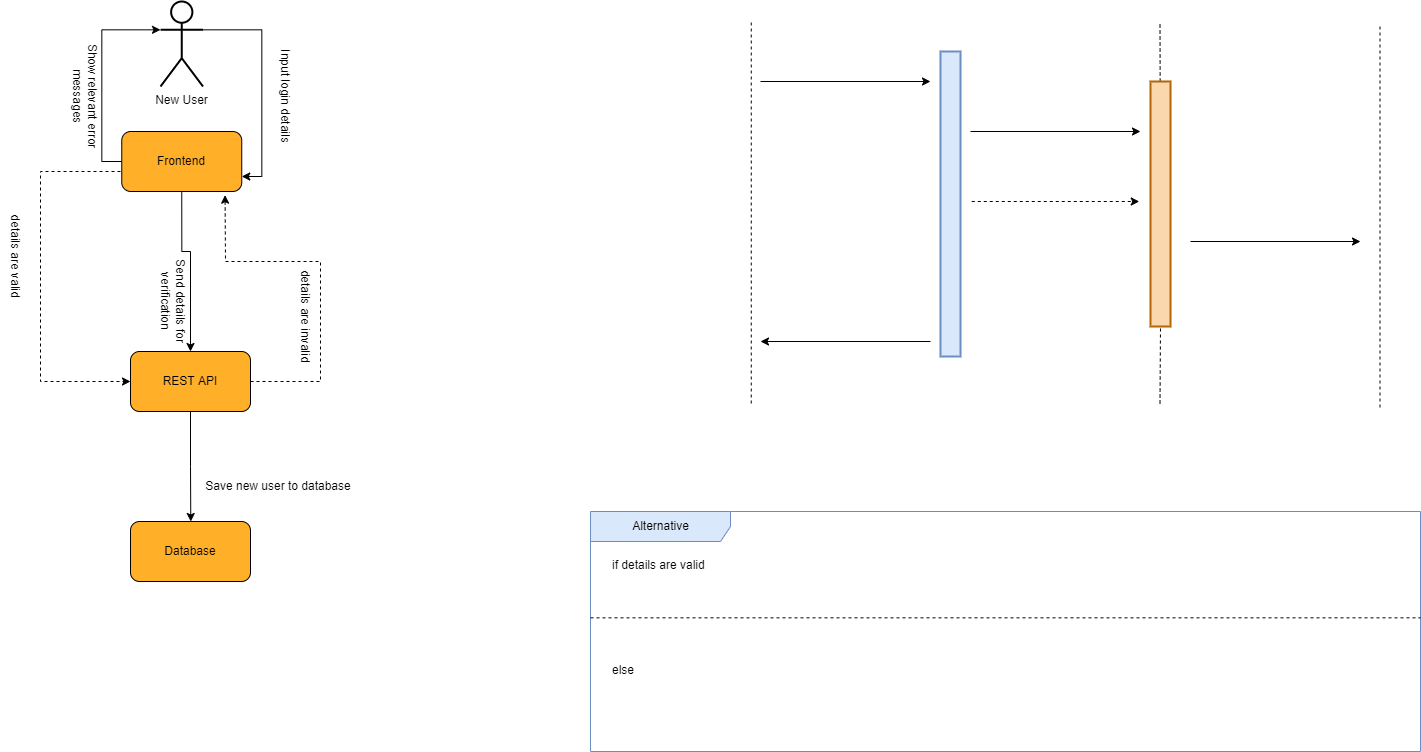
Before: diagrams/collaboration/cd-1.png, a diagram exported from draw.io (usman1100/fyp-documentation). Source tidied: cells renumbered, new cells last; positions are measured from the earlier drawing's top-left corner, leaving out a move shared by most shapes. The source it was exported from:
```xml
<mxGraphModel>
  <root>
    <mxCell id="0" />
    <mxCell id="1" parent="0" />
    <mxCell id="2" style="group;fontSize=12;" parent="1" vertex="1">
      <mxGeometry x="181.2" y="130" width="120" height="60" as="geometry" />
    </mxCell>
    <mxCell id="3" style="rounded=1;whiteSpace=wrap;html=1;fillColor=#FFAF28;fontSize=12;" parent="2" vertex="1">
      <mxGeometry width="120" height="60" as="geometry" />
    </mxCell>
    <mxCell id="4" value="&lt;font style=&quot;font-size: 12px;&quot;&gt;Frontend&lt;/font&gt;" style="text;html=1;strokeColor=none;fillColor=none;align=center;verticalAlign=middle;whiteSpace=wrap;rounded=0;fontSize=12;" parent="2" vertex="1">
      <mxGeometry x="30" y="15" width="60" height="30" as="geometry" />
    </mxCell>
    <mxCell id="5" style="group;fontSize=12;" parent="1" vertex="1">
      <mxGeometry x="190" y="350" width="120" height="60" as="geometry" />
    </mxCell>
    <mxCell id="6" style="rounded=1;whiteSpace=wrap;html=1;fillColor=#FFAF28;fontSize=12;" parent="5" vertex="1">
      <mxGeometry width="120" height="60" as="geometry" />
    </mxCell>
    <mxCell id="7" value="&lt;font style=&quot;font-size: 12px;&quot;&gt;REST API&lt;/font&gt;" style="text;html=1;strokeColor=none;fillColor=none;align=center;verticalAlign=middle;whiteSpace=wrap;rounded=0;fontSize=12;" parent="5" vertex="1">
      <mxGeometry x="30" y="15" width="60" height="30" as="geometry" />
    </mxCell>
    <mxCell id="8" style="endArrow=none;dashed=1;html=1;rounded=0;entryX=0.5;entryY=1;entryDx=0;entryDy=0;jumpSize=6;strokeWidth=1;startArrow=none;fontSize=12;" parent="1" edge="1" source="23">
      <mxGeometry relative="1" as="geometry">
        <mxPoint x="1219.5" y="20" as="targetPoint" />
      </mxGeometry>
    </mxCell>
    <mxCell id="9" style="edgeStyle=orthogonalEdgeStyle;rounded=0;jettySize=auto;html=1;exitX=1;exitY=0.3333333333333333;exitDx=0;exitDy=0;exitPerimeter=0;entryX=1;entryY=0.75;entryDx=0;entryDy=0;" parent="1" edge="1" source="10" target="3">
      <mxGeometry relative="1" as="geometry" />
    </mxCell>
    <mxCell id="10" value="New User" style="shape=umlActor;verticalLabelPosition=bottom;verticalAlign=top;html=1;outlineConnect=0;rounded=1;strokeWidth=2;fontSize=12;" parent="1" vertex="1">
      <mxGeometry x="220" width="42.5" height="85" as="geometry" />
    </mxCell>
    <mxCell id="11" style="endArrow=none;dashed=1;html=1;rounded=0;entryX=0.5;entryY=1;entryDx=0;entryDy=0;jumpSize=6;strokeWidth=1;fontSize=12;" parent="1" edge="1">
      <mxGeometry relative="1" as="geometry">
        <mxPoint x="810.8" y="402" as="sourcePoint" />
        <mxPoint x="810.8" y="20" as="targetPoint" />
      </mxGeometry>
    </mxCell>
    <mxCell id="12" style="endArrow=classic;html=1;rounded=0;strokeWidth=1;jumpSize=6;fontSize=12;" parent="1" edge="1">
      <mxGeometry relative="1" as="geometry">
        <mxPoint x="820" y="80" as="sourcePoint" />
        <mxPoint x="990" y="80" as="targetPoint" />
      </mxGeometry>
    </mxCell>
    <mxCell id="13" value="&lt;span style=&quot;background-color: rgb(255, 255, 255); font-size: 12px;&quot;&gt;Input login details&lt;/span&gt;" style="text;html=1;strokeColor=none;fillColor=none;align=center;verticalAlign=middle;whiteSpace=wrap;rounded=0;fontSize=12;rotation=90;" parent="1" vertex="1">
      <mxGeometry x="270" y="80" width="150" height="30" as="geometry" />
    </mxCell>
    <mxCell id="14" style="endArrow=classic;html=1;rounded=0;strokeWidth=1;jumpSize=6;fontSize=12;" parent="1" edge="1">
      <mxGeometry relative="1" as="geometry">
        <mxPoint x="1030" y="130" as="sourcePoint" />
        <mxPoint x="1200" y="130" as="targetPoint" />
      </mxGeometry>
    </mxCell>
    <mxCell id="15" value="&lt;span style=&quot;background-color: rgb(255, 255, 255); font-size: 12px;&quot;&gt;Send details for verification&lt;/span&gt;" style="text;html=1;strokeColor=none;fillColor=none;align=center;verticalAlign=middle;whiteSpace=wrap;rounded=0;fontSize=12;rotation=90;" parent="1" vertex="1">
      <mxGeometry x="180" y="290" width="105" height="20" as="geometry" />
    </mxCell>
    <mxCell id="16" style="endArrow=classic;html=1;rounded=0;strokeWidth=1;jumpSize=6;dashed=1;fontSize=12;" parent="1" edge="1">
      <mxGeometry relative="1" as="geometry">
        <mxPoint x="1031.2" y="200" as="sourcePoint" />
        <mxPoint x="1198.8" y="200" as="targetPoint" />
      </mxGeometry>
    </mxCell>
    <mxCell id="17" value="&lt;span style=&quot;background-color: rgb(255, 255, 255); font-size: 12px;&quot;&gt;details are valid&lt;/span&gt;" style="text;html=1;strokeColor=none;fillColor=none;align=center;verticalAlign=middle;whiteSpace=wrap;rounded=0;fontSize=12;rotation=90;" parent="1" vertex="1">
      <mxGeometry y="240" width="150" height="30" as="geometry" />
    </mxCell>
    <mxCell id="18" value="&lt;span style=&quot;background-color: rgb(255, 255, 255); font-size: 12px;&quot;&gt;details are invalid&lt;/span&gt;" style="text;html=1;strokeColor=none;fillColor=none;align=center;verticalAlign=middle;whiteSpace=wrap;rounded=0;fontSize=12;rotation=90;" parent="1" vertex="1">
      <mxGeometry x="290" y="300" width="150" height="30" as="geometry" />
    </mxCell>
    <mxCell id="19" style="endArrow=classic;html=1;rounded=0;strokeWidth=1;jumpSize=6;dashed=1;fontSize=12;exitX=1;exitY=0.5;exitDx=0;exitDy=0;entryX=0.861;entryY=1.061;entryDx=0;entryDy=0;entryPerimeter=0;" parent="1" edge="1" source="6" target="3">
      <mxGeometry relative="1" as="geometry">
        <Array as="points">
          <mxPoint x="380" y="380" />
          <mxPoint x="380" y="260" />
          <mxPoint x="285" y="260" />
        </Array>
      </mxGeometry>
    </mxCell>
    <mxCell id="20" style="endArrow=classic;html=1;rounded=0;strokeWidth=1;jumpSize=6;fontSize=12;" parent="1" edge="1">
      <mxGeometry relative="1" as="geometry">
        <mxPoint x="990" y="340" as="sourcePoint" />
        <mxPoint x="820" y="340" as="targetPoint" />
      </mxGeometry>
    </mxCell>
    <mxCell id="21" value="&lt;span style=&quot;background-color: rgb(255, 255, 255); font-size: 12px;&quot;&gt;Show relevant error messages&lt;/span&gt;" style="text;html=1;strokeColor=none;fillColor=none;align=center;verticalAlign=middle;whiteSpace=wrap;rounded=0;fontSize=12;rotation=90;" parent="1" vertex="1">
      <mxGeometry x="70" y="80" width="150" height="30" as="geometry" />
    </mxCell>
    <mxCell id="22" style="rounded=0;whiteSpace=wrap;html=1;fontSize=12;strokeWidth=2;fillColor=#dae8fc;strokeColor=#6c8ebf;" parent="1" vertex="1">
      <mxGeometry x="1000" y="50" width="20" height="305" as="geometry" />
    </mxCell>
    <mxCell id="23" style="rounded=0;whiteSpace=wrap;html=1;fontSize=12;strokeWidth=2;fillColor=#fad7ac;strokeColor=#b46504;" parent="1" vertex="1">
      <mxGeometry x="1210" y="80" width="20" height="245" as="geometry" />
    </mxCell>
    <mxCell id="24" style="endArrow=none;dashed=1;html=1;rounded=0;entryX=0.5;entryY=1;entryDx=0;entryDy=0;jumpSize=6;strokeWidth=1;fontSize=12;" parent="1" edge="1" target="23">
      <mxGeometry relative="1" as="geometry">
        <mxPoint x="1219.5" y="402" as="sourcePoint" />
      </mxGeometry>
    </mxCell>
    <mxCell id="25" style="group;fontSize=12;" parent="1" vertex="1">
      <mxGeometry x="190" y="520" width="120" height="60" as="geometry" />
    </mxCell>
    <mxCell id="26" style="rounded=1;whiteSpace=wrap;html=1;fillColor=#FFAF28;fontSize=12;" parent="25" vertex="1">
      <mxGeometry width="120" height="60" as="geometry" />
    </mxCell>
    <mxCell id="27" value="&lt;font style=&quot;font-size: 12px&quot;&gt;Database&lt;/font&gt;" style="text;html=1;strokeColor=none;fillColor=none;align=center;verticalAlign=middle;whiteSpace=wrap;rounded=0;fontSize=12;" parent="25" vertex="1">
      <mxGeometry x="30" y="15" width="60" height="30" as="geometry" />
    </mxCell>
    <mxCell id="28" style="endArrow=none;dashed=1;html=1;rounded=0;entryX=0.5;entryY=1;entryDx=0;entryDy=0;jumpSize=6;strokeWidth=1;fontSize=12;" parent="1" edge="1">
      <mxGeometry relative="1" as="geometry">
        <mxPoint x="1439.5" y="406" as="sourcePoint" />
        <mxPoint x="1439.5" y="24" as="targetPoint" />
      </mxGeometry>
    </mxCell>
    <mxCell id="29" style="endArrow=classic;html=1;rounded=0;strokeWidth=1;jumpSize=6;fontSize=12;" parent="1" edge="1">
      <mxGeometry relative="1" as="geometry">
        <mxPoint x="1250" y="240" as="sourcePoint" />
        <mxPoint x="1420" y="240" as="targetPoint" />
      </mxGeometry>
    </mxCell>
    <mxCell id="30" value="&lt;span style=&quot;background-color: rgb(255 , 255 , 255) ; font-size: 12px&quot;&gt;Save new user to database&lt;/span&gt;" style="text;html=1;strokeColor=none;fillColor=none;align=center;verticalAlign=middle;whiteSpace=wrap;rounded=0;fontSize=12;" parent="1" vertex="1">
      <mxGeometry x="262.5" y="470" width="150" height="30" as="geometry" />
    </mxCell>
    <mxCell id="31" value="Alternative" style="shape=umlFrame;tabWidth=110;tabHeight=30;tabPosition=left;html=1;boundedLbl=1;labelInHeader=1;width=140;height=30;fillColor=#dae8fc;fontSize=12;strokeWidth=1;strokeColor=#6c8ebf;" parent="1" vertex="1">
      <mxGeometry x="650" y="510" width="830" height="240" as="geometry" />
    </mxCell>
    <mxCell id="32" value="if details are valid" style="text;fillColor=none;fontSize=12;" parent="31" vertex="1">
      <mxGeometry width="100" height="20" relative="1" as="geometry">
        <mxPoint x="20" y="40" as="offset" />
      </mxGeometry>
    </mxCell>
    <mxCell id="33" value="else" style="line;strokeWidth=1;dashed=1;labelPosition=center;verticalLabelPosition=bottom;align=left;verticalAlign=top;spacingLeft=20;spacingTop=15;fillColor=none;fontSize=12;" parent="31" vertex="1">
      <mxGeometry y="83.1" width="830" height="46.5" as="geometry" />
    </mxCell>
    <mxCell id="34" style="edgeStyle=orthogonalEdgeStyle;rounded=0;jettySize=auto;html=1;exitX=0;exitY=0.5;exitDx=0;exitDy=0;entryX=0;entryY=0.3333333333333333;entryDx=0;entryDy=0;entryPerimeter=0;" parent="1" edge="1" source="3" target="10">
      <mxGeometry relative="1" as="geometry" />
    </mxCell>
    <mxCell id="35" style="edgeStyle=orthogonalEdgeStyle;rounded=0;jettySize=auto;html=1;exitX=0.5;exitY=1;exitDx=0;exitDy=0;entryX=0.5;entryY=0;entryDx=0;entryDy=0;" parent="1" edge="1" source="3" target="6">
      <mxGeometry relative="1" as="geometry">
        <Array as="points">
          <mxPoint x="241" y="250" />
          <mxPoint x="250" y="250" />
        </Array>
      </mxGeometry>
    </mxCell>
    <mxCell id="36" style="edgeStyle=orthogonalEdgeStyle;rounded=0;jettySize=auto;html=1;exitX=0.5;exitY=1;exitDx=0;exitDy=0;" parent="1" edge="1" source="6">
      <mxGeometry relative="1" as="geometry">
        <mxPoint x="250.3" y="520" as="targetPoint" />
      </mxGeometry>
    </mxCell>
    <mxCell id="37" style="endArrow=classic;html=1;rounded=0;strokeWidth=1;jumpSize=6;dashed=1;fontSize=12;entryX=0;entryY=0.5;entryDx=0;entryDy=0;" parent="1" edge="1" target="6">
      <mxGeometry relative="1" as="geometry">
        <mxPoint x="180" y="170" as="sourcePoint" />
        <Array as="points">
          <mxPoint x="100" y="170" />
          <mxPoint x="100" y="380" />
        </Array>
      </mxGeometry>
    </mxCell>
  </root>
</mxGraphModel>
```
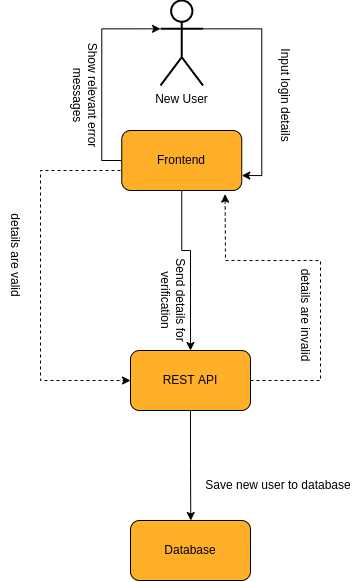
After the change.

Commit message:
Fixed collab diagram 1

The edit, as a diff of the source:
```diff
@@ -20,47 +20,18 @@
     <mxCell id="7" value="&lt;font style=&quot;font-size: 12px;&quot;&gt;REST API&lt;/font&gt;" style="text;html=1;strokeColor=none;fillColor=none;align=center;verticalAlign=middle;whiteSpace=wrap;rounded=0;fontSize=12;" parent="5" vertex="1">
       <mxGeometry x="30" y="15" width="60" height="30" as="geometry" />
     </mxCell>
-    <mxCell id="8" style="endArrow=none;dashed=1;html=1;rounded=0;entryX=0.5;entryY=1;entryDx=0;entryDy=0;jumpSize=6;strokeWidth=1;startArrow=none;fontSize=12;" parent="1" edge="1" source="23">
-      <mxGeometry relative="1" as="geometry">
-        <mxPoint x="1219.5" y="20" as="targetPoint" />
-      </mxGeometry>
-    </mxCell>
     <mxCell id="9" style="edgeStyle=orthogonalEdgeStyle;rounded=0;jettySize=auto;html=1;exitX=1;exitY=0.3333333333333333;exitDx=0;exitDy=0;exitPerimeter=0;entryX=1;entryY=0.75;entryDx=0;entryDy=0;" parent="1" edge="1" source="10" target="3">
       <mxGeometry relative="1" as="geometry" />
     </mxCell>
     <mxCell id="10" value="New User" style="shape=umlActor;verticalLabelPosition=bottom;verticalAlign=top;html=1;outlineConnect=0;rounded=1;strokeWidth=2;fontSize=12;" parent="1" vertex="1">
       <mxGeometry x="220" width="42.5" height="85" as="geometry" />
     </mxCell>
-    <mxCell id="11" style="endArrow=none;dashed=1;html=1;rounded=0;entryX=0.5;entryY=1;entryDx=0;entryDy=0;jumpSize=6;strokeWidth=1;fontSize=12;" parent="1" edge="1">
-      <mxGeometry relative="1" as="geometry">
-        <mxPoint x="810.8" y="402" as="sourcePoint" />
-        <mxPoint x="810.8" y="20" as="targetPoint" />
-      </mxGeometry>
-    </mxCell>
-    <mxCell id="12" style="endArrow=classic;html=1;rounded=0;strokeWidth=1;jumpSize=6;fontSize=12;" parent="1" edge="1">
-      <mxGeometry relative="1" as="geometry">
-        <mxPoint x="820" y="80" as="sourcePoint" />
-        <mxPoint x="990" y="80" as="targetPoint" />
-      </mxGeometry>
-    </mxCell>
     <mxCell id="13" value="&lt;span style=&quot;background-color: rgb(255, 255, 255); font-size: 12px;&quot;&gt;Input login details&lt;/span&gt;" style="text;html=1;strokeColor=none;fillColor=none;align=center;verticalAlign=middle;whiteSpace=wrap;rounded=0;fontSize=12;rotation=90;" parent="1" vertex="1">
       <mxGeometry x="270" y="80" width="150" height="30" as="geometry" />
     </mxCell>
-    <mxCell id="14" style="endArrow=classic;html=1;rounded=0;strokeWidth=1;jumpSize=6;fontSize=12;" parent="1" edge="1">
-      <mxGeometry relative="1" as="geometry">
-        <mxPoint x="1030" y="130" as="sourcePoint" />
-        <mxPoint x="1200" y="130" as="targetPoint" />
-      </mxGeometry>
-    </mxCell>
     <mxCell id="15" value="&lt;span style=&quot;background-color: rgb(255, 255, 255); font-size: 12px;&quot;&gt;Send details for verification&lt;/span&gt;" style="text;html=1;strokeColor=none;fillColor=none;align=center;verticalAlign=middle;whiteSpace=wrap;rounded=0;fontSize=12;rotation=90;" parent="1" vertex="1">
       <mxGeometry x="180" y="290" width="105" height="20" as="geometry" />
     </mxCell>
-    <mxCell id="16" style="endArrow=classic;html=1;rounded=0;strokeWidth=1;jumpSize=6;dashed=1;fontSize=12;" parent="1" edge="1">
-      <mxGeometry relative="1" as="geometry">
-        <mxPoint x="1031.2" y="200" as="sourcePoint" />
-        <mxPoint x="1198.8" y="200" as="targetPoint" />
-      </mxGeometry>
-    </mxCell>
     <mxCell id="17" value="&lt;span style=&quot;background-color: rgb(255, 255, 255); font-size: 12px;&quot;&gt;details are valid&lt;/span&gt;" style="text;html=1;strokeColor=none;fillColor=none;align=center;verticalAlign=middle;whiteSpace=wrap;rounded=0;fontSize=12;rotation=90;" parent="1" vertex="1">
       <mxGeometry y="240" width="150" height="30" as="geometry" />
     </mxCell>
@@ -76,26 +47,9 @@
         </Array>
       </mxGeometry>
     </mxCell>
-    <mxCell id="20" style="endArrow=classic;html=1;rounded=0;strokeWidth=1;jumpSize=6;fontSize=12;" parent="1" edge="1">
-      <mxGeometry relative="1" as="geometry">
-        <mxPoint x="990" y="340" as="sourcePoint" />
-        <mxPoint x="820" y="340" as="targetPoint" />
-      </mxGeometry>
-    </mxCell>
     <mxCell id="21" value="&lt;span style=&quot;background-color: rgb(255, 255, 255); font-size: 12px;&quot;&gt;Show relevant error messages&lt;/span&gt;" style="text;html=1;strokeColor=none;fillColor=none;align=center;verticalAlign=middle;whiteSpace=wrap;rounded=0;fontSize=12;rotation=90;" parent="1" vertex="1">
       <mxGeometry x="70" y="80" width="150" height="30" as="geometry" />
     </mxCell>
-    <mxCell id="22" style="rounded=0;whiteSpace=wrap;html=1;fontSize=12;strokeWidth=2;fillColor=#dae8fc;strokeColor=#6c8ebf;" parent="1" vertex="1">
-      <mxGeometry x="1000" y="50" width="20" height="305" as="geometry" />
-    </mxCell>
-    <mxCell id="23" style="rounded=0;whiteSpace=wrap;html=1;fontSize=12;strokeWidth=2;fillColor=#fad7ac;strokeColor=#b46504;" parent="1" vertex="1">
-      <mxGeometry x="1210" y="80" width="20" height="245" as="geometry" />
-    </mxCell>
-    <mxCell id="24" style="endArrow=none;dashed=1;html=1;rounded=0;entryX=0.5;entryY=1;entryDx=0;entryDy=0;jumpSize=6;strokeWidth=1;fontSize=12;" parent="1" edge="1" target="23">
-      <mxGeometry relative="1" as="geometry">
-        <mxPoint x="1219.5" y="402" as="sourcePoint" />
-      </mxGeometry>
-    </mxCell>
     <mxCell id="25" style="group;fontSize=12;" parent="1" vertex="1">
       <mxGeometry x="190" y="520" width="120" height="60" as="geometry" />
     </mxCell>
@@ -105,32 +59,9 @@
     <mxCell id="27" value="&lt;font style=&quot;font-size: 12px&quot;&gt;Database&lt;/font&gt;" style="text;html=1;strokeColor=none;fillColor=none;align=center;verticalAlign=middle;whiteSpace=wrap;rounded=0;fontSize=12;" parent="25" vertex="1">
       <mxGeometry x="30" y="15" width="60" height="30" as="geometry" />
     </mxCell>
-    <mxCell id="28" style="endArrow=none;dashed=1;html=1;rounded=0;entryX=0.5;entryY=1;entryDx=0;entryDy=0;jumpSize=6;strokeWidth=1;fontSize=12;" parent="1" edge="1">
-      <mxGeometry relative="1" as="geometry">
-        <mxPoint x="1439.5" y="406" as="sourcePoint" />
-        <mxPoint x="1439.5" y="24" as="targetPoint" />
-      </mxGeometry>
-    </mxCell>
-    <mxCell id="29" style="endArrow=classic;html=1;rounded=0;strokeWidth=1;jumpSize=6;fontSize=12;" parent="1" edge="1">
-      <mxGeometry relative="1" as="geometry">
-        <mxPoint x="1250" y="240" as="sourcePoint" />
-        <mxPoint x="1420" y="240" as="targetPoint" />
-      </mxGeometry>
-    </mxCell>
     <mxCell id="30" value="&lt;span style=&quot;background-color: rgb(255 , 255 , 255) ; font-size: 12px&quot;&gt;Save new user to database&lt;/span&gt;" style="text;html=1;strokeColor=none;fillColor=none;align=center;verticalAlign=middle;whiteSpace=wrap;rounded=0;fontSize=12;" parent="1" vertex="1">
       <mxGeometry x="262.5" y="470" width="150" height="30" as="geometry" />
     </mxCell>
-    <mxCell id="31" value="Alternative" style="shape=umlFrame;tabWidth=110;tabHeight=30;tabPosition=left;html=1;boundedLbl=1;labelInHeader=1;width=140;height=30;fillColor=#dae8fc;fontSize=12;strokeWidth=1;strokeColor=#6c8ebf;" parent="1" vertex="1">
-      <mxGeometry x="650" y="510" width="830" height="240" as="geometry" />
-    </mxCell>
-    <mxCell id="32" value="if details are valid" style="text;fillColor=none;fontSize=12;" parent="31" vertex="1">
-      <mxGeometry width="100" height="20" relative="1" as="geometry">
-        <mxPoint x="20" y="40" as="offset" />
-      </mxGeometry>
-    </mxCell>
-    <mxCell id="33" value="else" style="line;strokeWidth=1;dashed=1;labelPosition=center;verticalLabelPosition=bottom;align=left;verticalAlign=top;spacingLeft=20;spacingTop=15;fillColor=none;fontSize=12;" parent="31" vertex="1">
-      <mxGeometry y="83.1" width="830" height="46.5" as="geometry" />
-    </mxCell>
     <mxCell id="34" style="edgeStyle=orthogonalEdgeStyle;rounded=0;jettySize=auto;html=1;exitX=0;exitY=0.5;exitDx=0;exitDy=0;entryX=0;entryY=0.3333333333333333;entryDx=0;entryDy=0;entryPerimeter=0;" parent="1" edge="1" source="3" target="10">
       <mxGeometry relative="1" as="geometry" />
     </mxCell>
```
